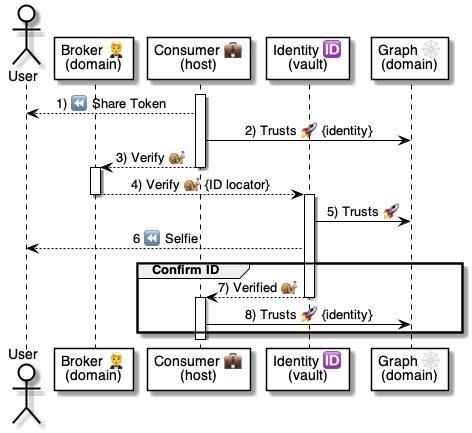
This is 5 ⏩ Flows/20 💼⏩ Consumers/.📎 Assets/⚙️ Query Token+ID.png from pollyweb-org/pollyweb-docs, a PlantUML export, as it was before one commit. Its source is kept beside it as 5 ⏩ Flows/20 💼⏩ Consumers/.📎 Assets/⚙️ Query Token+ID.puml.
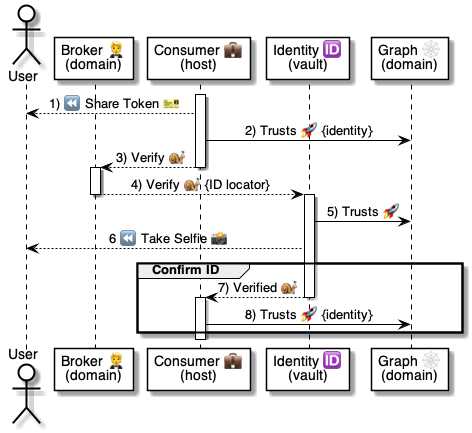
After the commit.

Change to the diagram source:
```diff
@@ -9,7 +9,7 @@
 
 
 activate consumer
-consumer --> user : 1) ⏪ Share Token
+consumer --> user : 1) ⏪ Share Token 🎫
 
 
 
@@ -28,7 +28,7 @@
 
 
 
-identity --> user: 6 ⏪ Selfie
+identity --> user: 6 ⏪ Take Selfie 📸
 
 group Confirm ID
 
```
